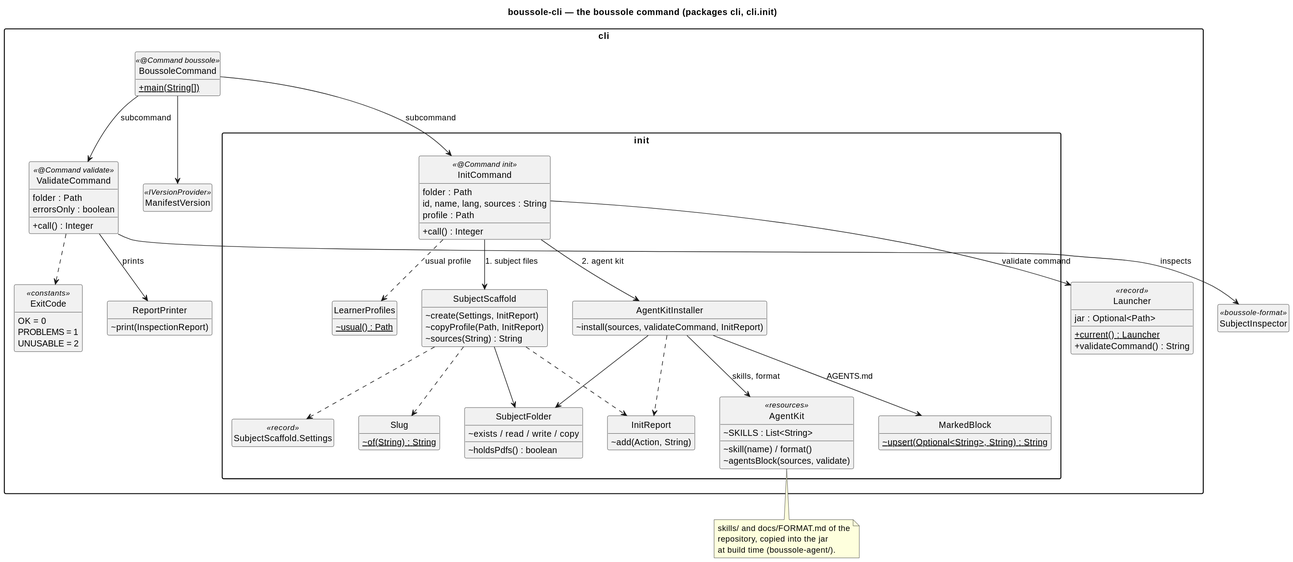
Earlier version of the PlantUML export docs/diagrams/40-cli.svg (lucasssoh/Boussole).
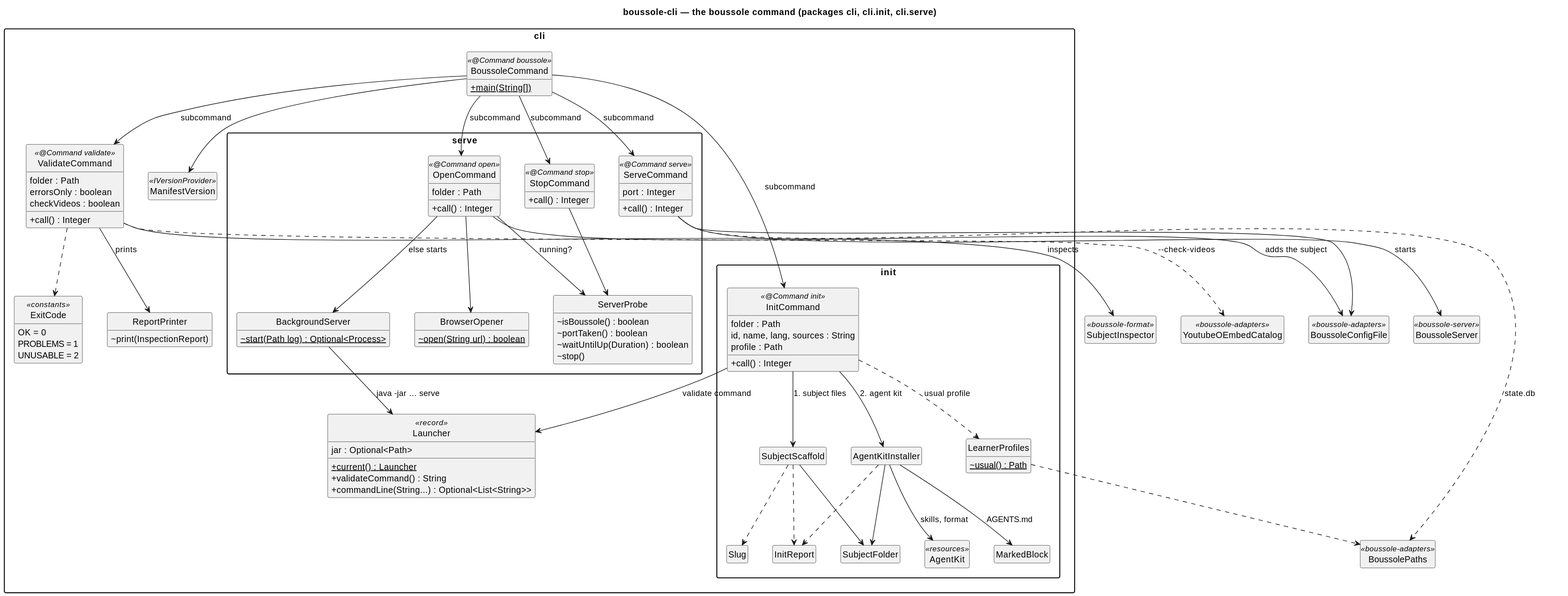
After the commit.

What changed in the source:
```diff
@@ -5,7 +5,7 @@
 skinparam ranksep 50
 hide empty members
 hide circle
-title boussole-cli — the boussole command (packages cli, cli.init)
+title boussole-cli — the boussole command (packages cli, cli.init, cli.serve)
 
 package "cli" {
   class BoussoleCommand <<@Command boussole>> {
@@ -14,6 +14,7 @@
   class ValidateCommand <<@Command validate>> {
     folder : Path
     errorsOnly : boolean
+    checkVideos : boolean
     +call() : Integer
   }
   class ReportPrinter {
@@ -29,6 +30,33 @@
     jar : Optional<Path>
     +{static} current() : Launcher
     +validateCommand() : String
+    +commandLine(String...) : Optional<List<String>>
+  }
+}
+
+package "cli.serve" {
+  class OpenCommand <<@Command open>> {
+    folder : Path
+    +call() : Integer
+  }
+  class ServeCommand <<@Command serve>> {
+    port : Integer
+    +call() : Integer
+  }
+  class StopCommand <<@Command stop>> {
+    +call() : Integer
+  }
+  class ServerProbe {
+    ~isBoussole() : boolean
+    ~portTaken() : boolean
+    ~waitUntilUp(Duration) : boolean
+    ~stop()
+  }
+  class BackgroundServer {
+    ~{static} start(Path log) : Optional<Process>
+  }
+  class BrowserOpener {
+    ~{static} open(String url) : boolean
   }
 }
 
@@ -39,62 +67,53 @@
     profile : Path
     +call() : Integer
   }
-  class SubjectScaffold {
-    ~create(Settings, InitReport)
-    ~copyProfile(Path, InitReport)
-    ~sources(String) : String
-  }
-  class "SubjectScaffold.Settings" as Settings <<record>>
-  class AgentKitInstaller {
-    ~install(sources, validateCommand, InitReport)
-  }
-  class AgentKit <<resources>> {
-    ~SKILLS : List<String>
-    ~skill(name) / format()
-    ~agentsBlock(sources, validate)
-  }
-  class MarkedBlock {
-    ~{static} upsert(Optional<String>, String) : String
-  }
-  class SubjectFolder {
-    ~exists / read / write / copy
-    ~holdsPdfs() : boolean
-  }
-  class InitReport {
-    ~add(Action, String)
-  }
-  class Slug {
-    ~{static} of(String) : String
-  }
+  class SubjectScaffold
+  class AgentKitInstaller
+  class AgentKit <<resources>>
+  class MarkedBlock
+  class SubjectFolder
+  class InitReport
+  class Slug
   class LearnerProfiles {
     ~{static} usual() : Path
   }
 }
 
 class SubjectInspector <<boussole-format>>
+class YoutubeOEmbedCatalog <<boussole-adapters>>
+class BoussoleConfigFile <<boussole-adapters>>
+class BoussolePaths <<boussole-adapters>>
+class BoussoleServer <<boussole-server>>
 
+BoussoleCommand --> OpenCommand : subcommand
+BoussoleCommand --> ServeCommand : subcommand
+BoussoleCommand --> StopCommand : subcommand
+BoussoleCommand --> InitCommand : subcommand
 BoussoleCommand --> ValidateCommand : subcommand
-BoussoleCommand --> InitCommand : subcommand
 BoussoleCommand --> ManifestVersion
 ValidateCommand --> SubjectInspector : inspects
+ValidateCommand ..> YoutubeOEmbedCatalog : --check-videos
 ValidateCommand --> ReportPrinter : prints
 ValidateCommand ..> ExitCode
+OpenCommand --> BoussoleConfigFile : adds the subject
+OpenCommand --> ServerProbe : running?
+OpenCommand --> BackgroundServer : else starts
+OpenCommand --> BrowserOpener
+BackgroundServer --> Launcher : java -jar … serve
+StopCommand --> ServerProbe
+ServeCommand --> BoussoleServer : starts
+ServeCommand --> BoussoleConfigFile
+ServeCommand ..> BoussolePaths : state.db
 InitCommand --> SubjectScaffold : 1. subject files
 InitCommand --> AgentKitInstaller : 2. agent kit
 InitCommand --> Launcher : validate command
 InitCommand ..> LearnerProfiles : usual profile
+LearnerProfiles ..> BoussolePaths
 SubjectScaffold --> SubjectFolder
-SubjectScaffold ..> Settings
 SubjectScaffold ..> Slug
 AgentKitInstaller --> SubjectFolder
 AgentKitInstaller --> AgentKit : skills, format
 AgentKitInstaller --> MarkedBlock : AGENTS.md
 SubjectScaffold ..> InitReport
 AgentKitInstaller ..> InitReport
-
-note bottom of AgentKit
-  skills/ and docs/FORMAT.md of the
-  repository, copied into the jar
-  at build time (boussole-agent/).
-end note
 @enduml
```
